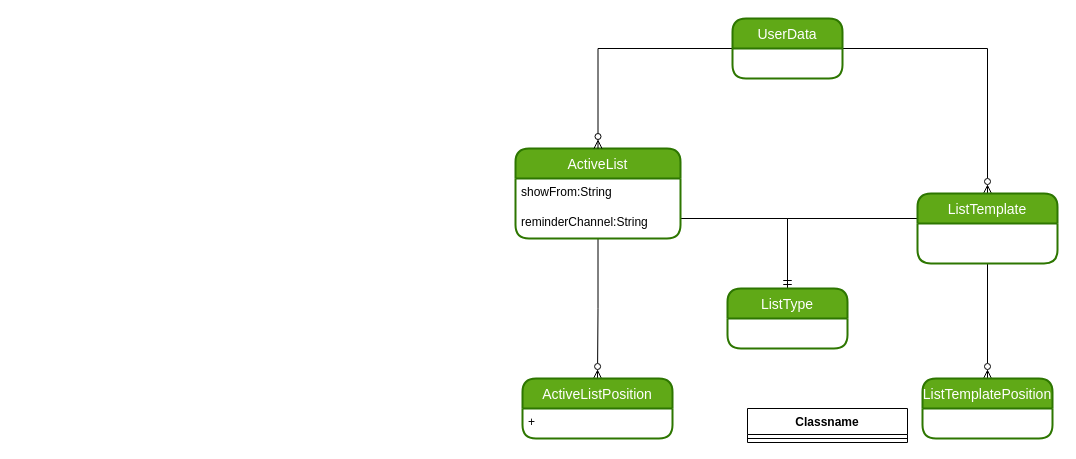
Before: doc/listopolis_datastructure.drawio in NoHive/listopolis, a draw.io diagram. Source tidied: cells renumbered, new cells numbered last; positions are measured from the earlier drawing's top-left corner, leaving out a move shared by most shapes. Both pictures are drawn from the tidied source at 100%, with x=0, y=0 at pixel (515, 18).
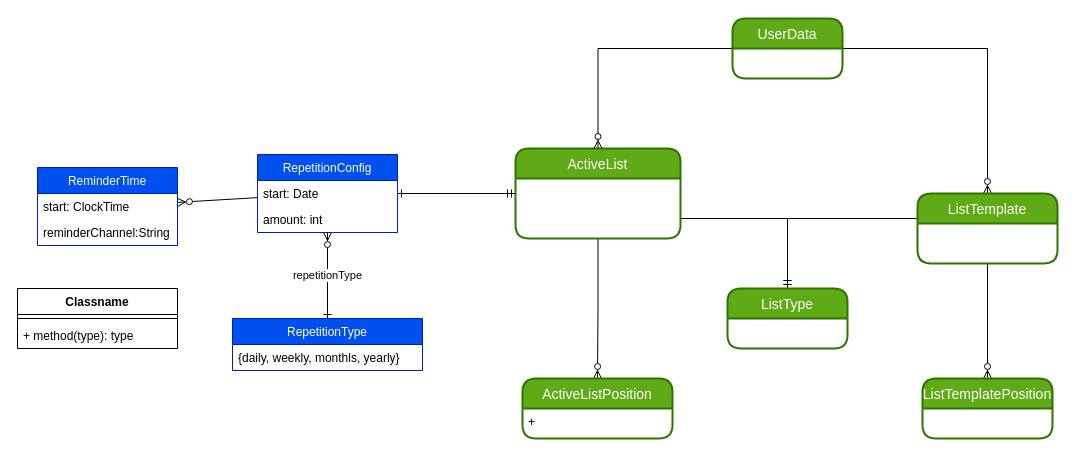
The same page after the edit.

Unchanged cells that the change refers to:
```xml
<mxCell id="4" value="ActiveList" style="swimlane;horizontal=1;startSize=30;rounded=1;fontSize=14;fontStyle=0;strokeWidth=2;shadow=0;dashed=0;align=center;fillColor=#60a917;fontColor=#ffffff;strokeColor=#2D7600;" parent="1" vertex="1">
  <mxGeometry y="130" width="165" height="90" as="geometry" />
</mxCell>
```

What changed in the source:
```diff
@@
+    <mxCell id="19" style="edgeStyle=none;html=1;endArrow=ERone;endFill=0;startArrow=ERmandOne;startFill=0;" parent="1" edge="1" source="4" target="22">
+      <mxGeometry relative="1" as="geometry" />
+    </mxCell>
@@
-    <mxCell id="5" value="showFrom:String" style="text;strokeColor=none;fillColor=none;align=left;verticalAlign=top;spacingLeft=4;spacingRight=4;overflow=hidden;" parent="4" vertex="1">
-      <mxGeometry y="30" width="165" height="30" as="geometry" />
-    </mxCell>
-    <mxCell id="6" value="reminderChannel:String" style="text;strokeColor=none;fillColor=none;align=left;verticalAlign=top;spacingLeft=4;spacingRight=4;overflow=hidden;" parent="4" vertex="1">
-      <mxGeometry y="60" width="165" height="30" as="geometry" />
-    </mxCell>
@@
+    <mxCell id="20" value="repetitionType" style="edgeStyle=none;html=1;entryX=0.5;entryY=0;entryDx=0;entryDy=0;endArrow=ERone;endFill=0;startArrow=ERzeroToMany;startFill=0;" parent="1" edge="1" source="22" target="25">
+      <mxGeometry relative="1" as="geometry" />
+    </mxCell>
+    <mxCell id="21" style="edgeStyle=none;html=1;startArrow=none;startFill=0;endArrow=ERzeroToMany;endFill=0;" parent="1" edge="1" source="22" target="27">
+      <mxGeometry relative="1" as="geometry" />
+    </mxCell>
+    <mxCell id="22" value="RepetitionConfig" style="swimlane;fontStyle=0;horizontal=1;startSize=26;fillColor=#0050ef;fontColor=#ffffff;strokeColor=#001DBC;" parent="1" vertex="1">
+      <mxGeometry x="-258" y="136" width="140" height="78" as="geometry" />
+    </mxCell>
+    <mxCell id="23" value="start: Date" style="text;strokeColor=none;fillColor=none;align=left;verticalAlign=top;spacingLeft=4;spacingRight=4;overflow=hidden;" parent="22" vertex="1">
+      <mxGeometry y="26" width="140" height="26" as="geometry" />
+    </mxCell>
+    <mxCell id="24" value="amount: int" style="text;strokeColor=none;fillColor=none;align=left;verticalAlign=top;spacingLeft=4;spacingRight=4;overflow=hidden;" parent="22" vertex="1">
+      <mxGeometry y="52" width="140" height="26" as="geometry" />
+    </mxCell>
+    <mxCell id="25" value="RepetitionType" style="swimlane;fontStyle=0;horizontal=1;startSize=26;fillColor=#0050ef;fontColor=#ffffff;strokeColor=#001DBC;" parent="1" vertex="1">
+      <mxGeometry x="-283" y="300" width="190" height="52" as="geometry" />
+    </mxCell>
+    <mxCell id="26" value="{daily, weekly, monthls, yearly}" style="text;strokeColor=none;fillColor=none;align=left;verticalAlign=top;spacingLeft=4;spacingRight=4;overflow=hidden;" parent="25" vertex="1">
+      <mxGeometry y="26" width="190" height="26" as="geometry" />
+    </mxCell>
+    <mxCell id="27" value="ReminderTime" style="swimlane;fontStyle=0;horizontal=1;startSize=26;fillColor=#0050ef;fontColor=#ffffff;strokeColor=#001DBC;" parent="1" vertex="1">
+      <mxGeometry x="-478" y="149" width="140" height="78" as="geometry" />
+    </mxCell>
+    <mxCell id="28" value="start: ClockTime" style="text;strokeColor=none;fillColor=none;align=left;verticalAlign=top;spacingLeft=4;spacingRight=4;overflow=hidden;" parent="27" vertex="1">
+      <mxGeometry y="26" width="140" height="26" as="geometry" />
+    </mxCell>
+    <mxCell id="6" value="reminderChannel:String" style="text;strokeColor=none;fillColor=none;align=left;verticalAlign=top;spacingLeft=4;spacingRight=4;overflow=hidden;" parent="27" vertex="1">
+      <mxGeometry y="52" width="140" height="26" as="geometry" />
+    </mxCell>
     <mxCell id="17" value="Classname" style="swimlane;fontStyle=1;align=center;verticalAlign=top;horizontal=1;startSize=26;" parent="1" vertex="1">
-      <mxGeometry x="232" y="390" width="160" height="34" as="geometry" />
+      <mxGeometry x="-498" y="270" width="160" height="60" as="geometry" />
     </mxCell>
@@
+    <mxCell id="29" value="+ method(type): type" style="text;strokeColor=none;fillColor=none;align=left;verticalAlign=top;spacingLeft=4;spacingRight=4;overflow=hidden;" parent="17" vertex="1">
+      <mxGeometry y="34" width="160" height="26" as="geometry" />
+    </mxCell>
```
